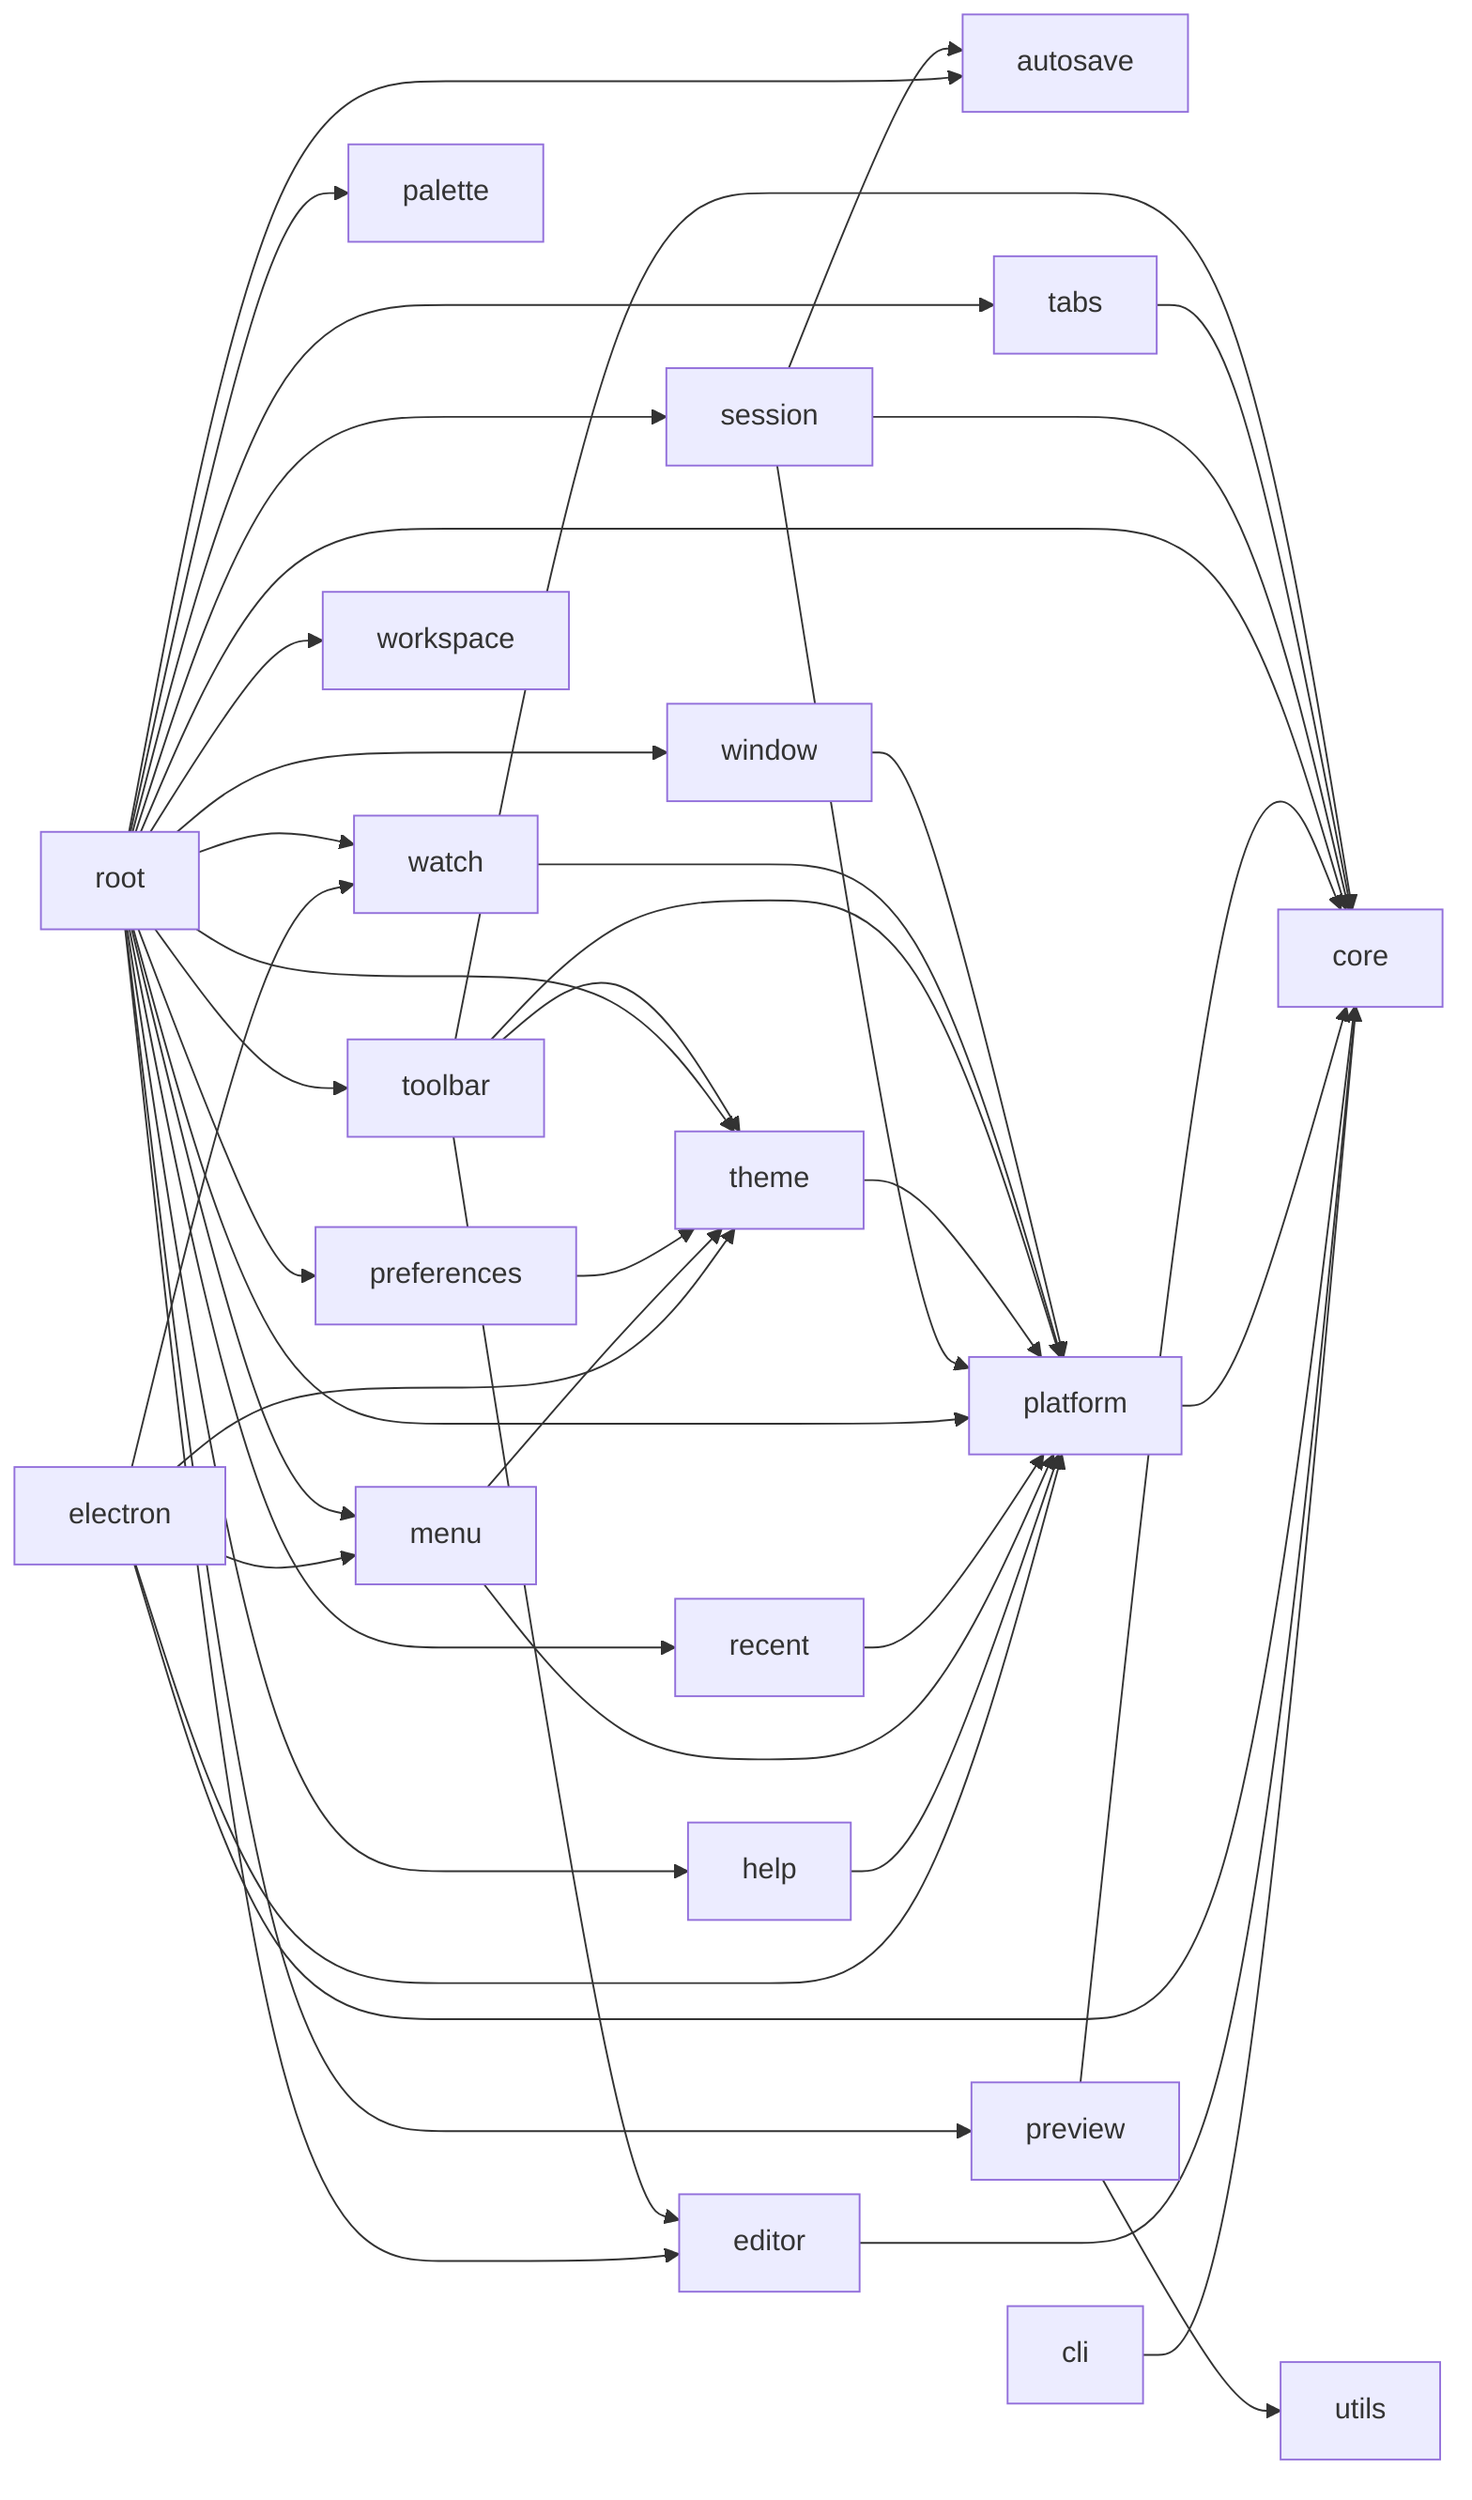
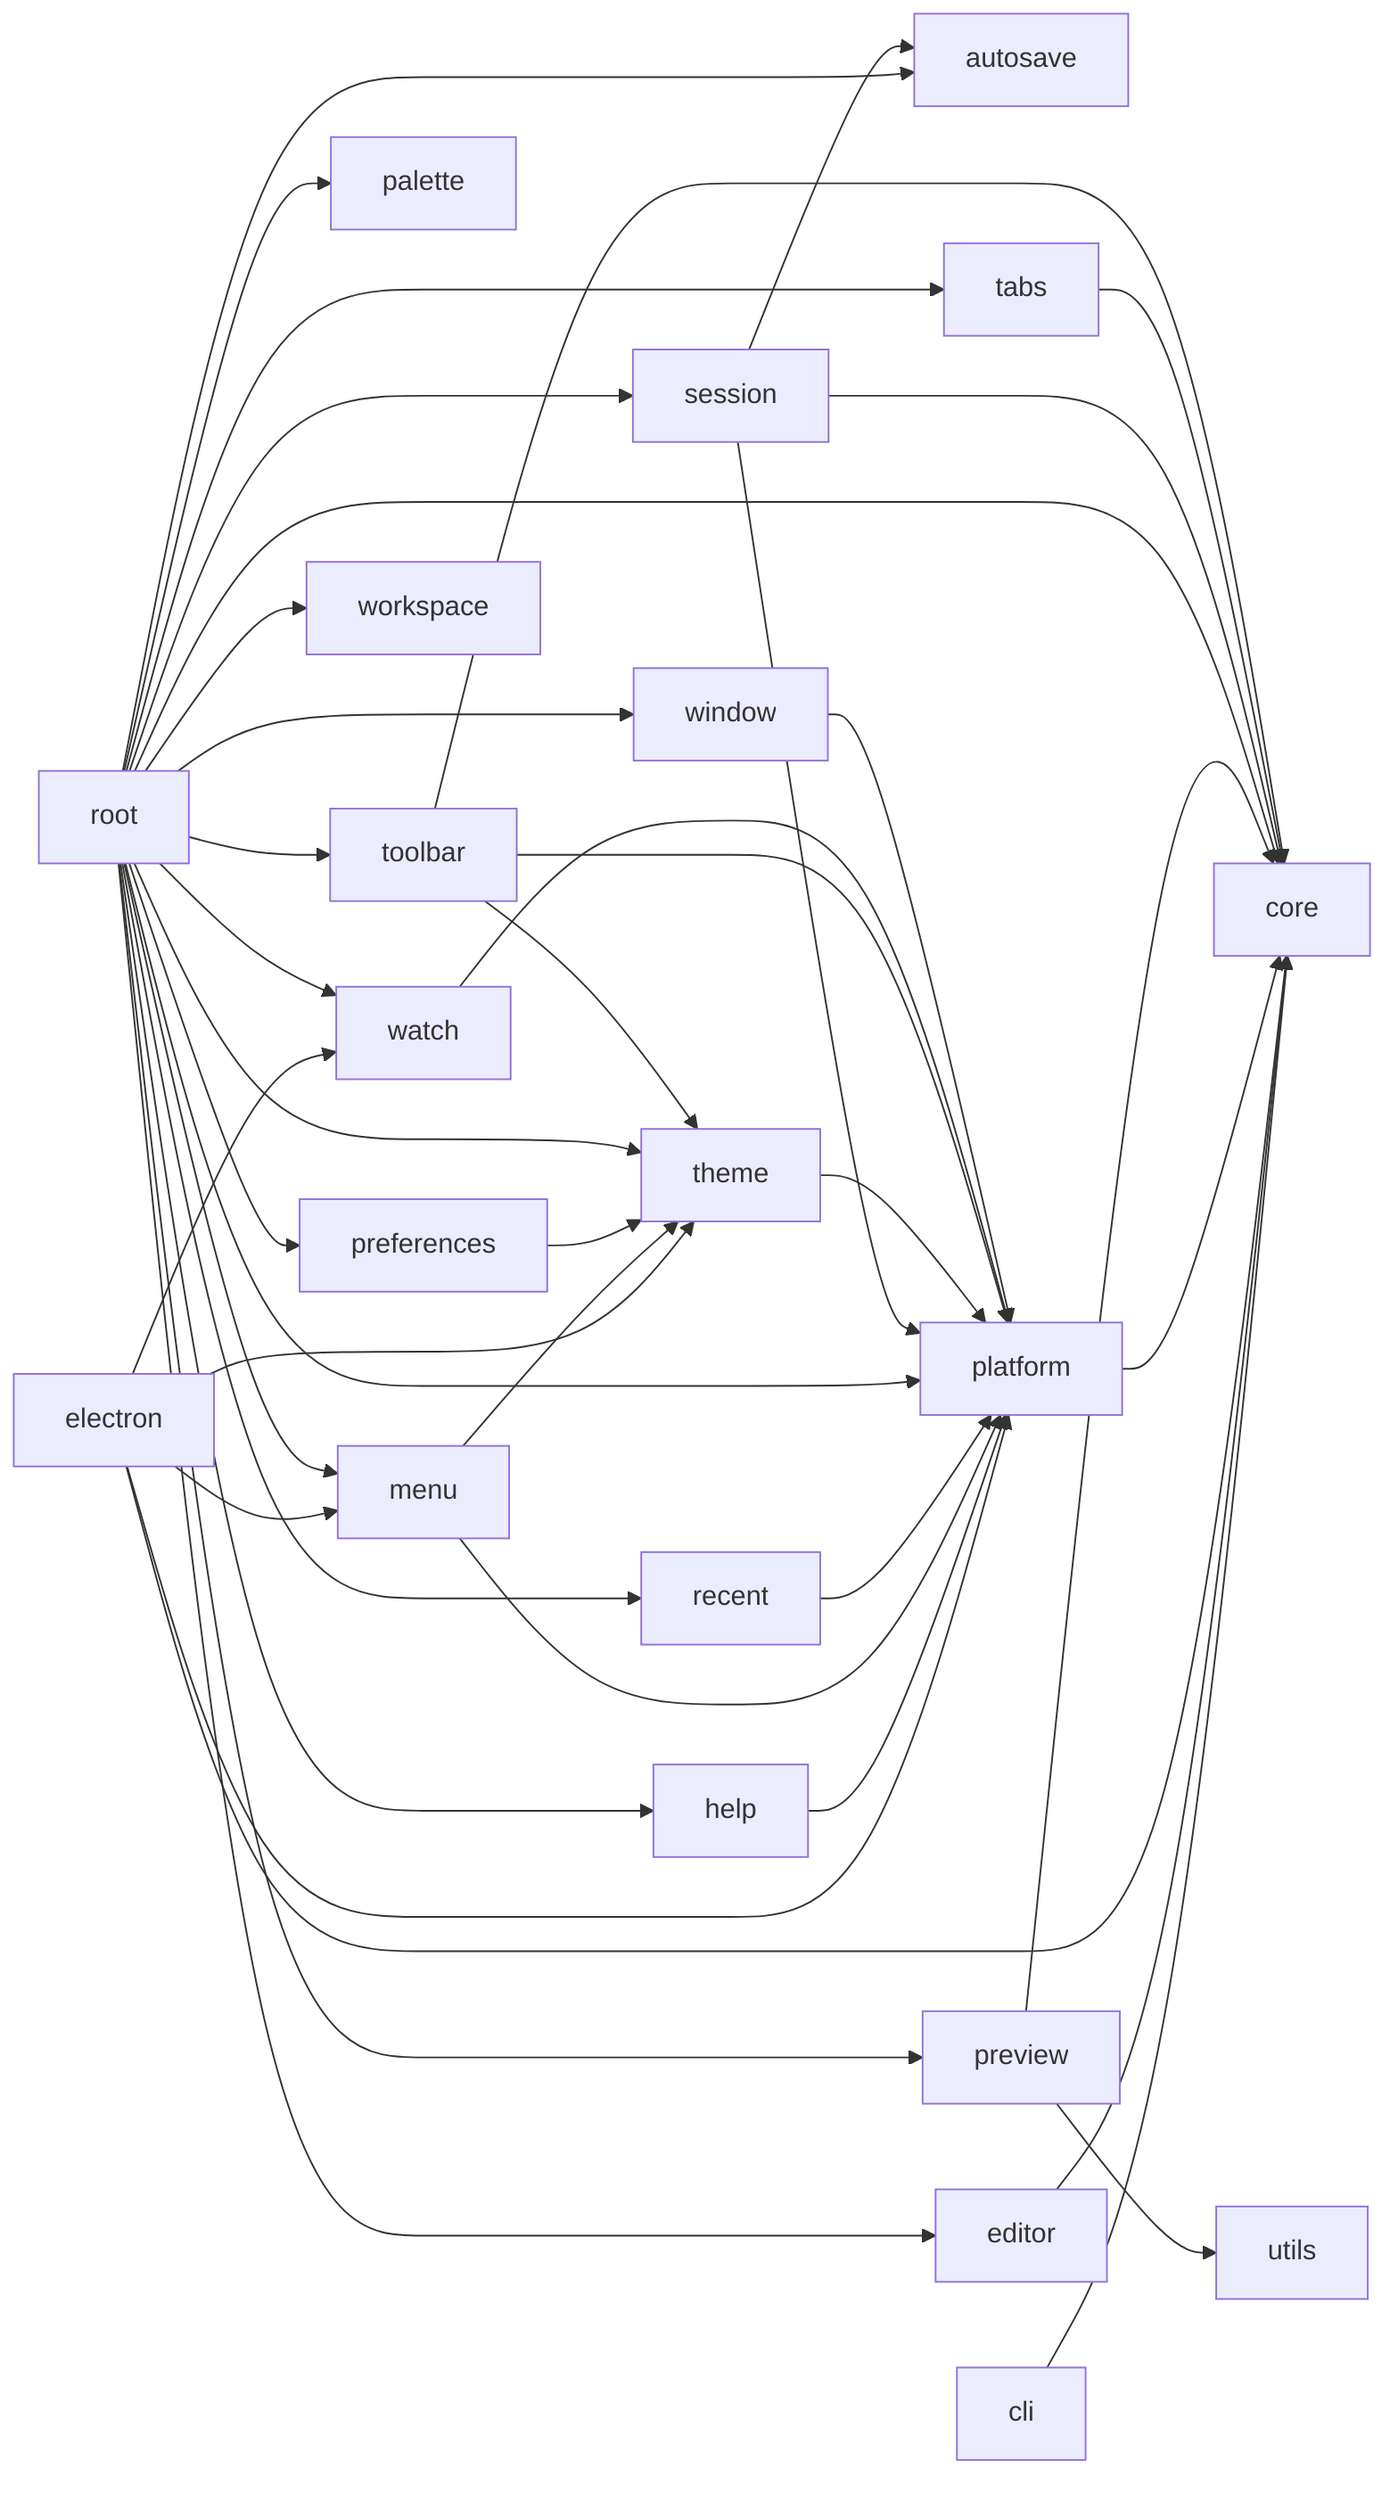
graph LR
  autosave["autosave"]
  cli["cli"]
  core["core"]
  editor["editor"]
  electron["electron"]
  help["help"]
  menu["menu"]
  palette["palette"]
  platform["platform"]
  preferences["preferences"]
  preview["preview"]
  recent["recent"]
  root["root"]
  session["session"]
  tabs["tabs"]
  theme["theme"]
  toolbar["toolbar"]
  utils["utils"]
  watch["watch"]
  window["window"]
  workspace["workspace"]
  cli --> core
  editor --> core
  electron --> core
  electron --> menu
  electron --> platform
  electron --> theme
  electron --> watch
  help --> platform
  menu --> platform
  menu --> theme
  platform --> core
  preferences --> theme
  preview --> core
  preview --> utils
  recent --> platform
  root --> autosave
  root --> core
  root --> editor
  root --> help
  root --> menu
  root --> palette
  root --> platform
  root --> preferences
  root --> preview
  root --> recent
  root --> session
  root --> tabs
  root --> theme
  root --> toolbar
  root --> watch
  root --> window
  root --> workspace
  session --> autosave
  session --> core
  session --> platform
  tabs --> core
  theme --> platform
  toolbar --> core
-   toolbar --> editor
  toolbar --> platform
  toolbar --> theme
  watch --> platform
  window --> platform
